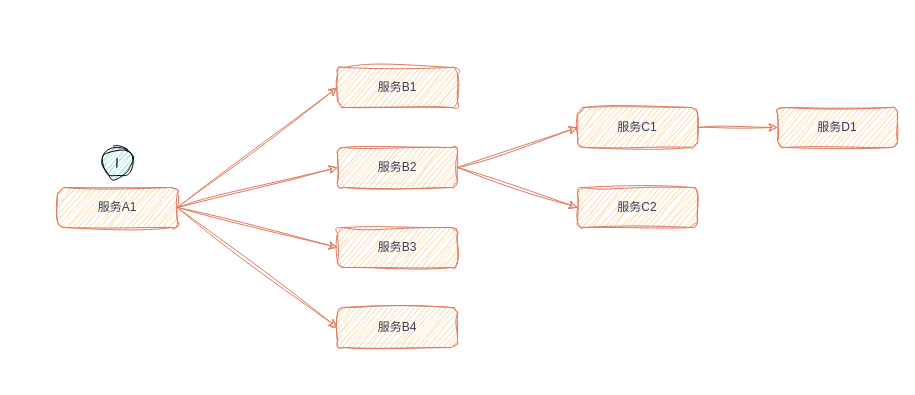
LanSeTianYe/draw keeps this draw.io diagram as architecture/微服务.drawio. Above is the earlier version. Source tidied: cells renumbered, new cells numbered last; positions are measured from the earlier drawing's top-left corner, leaving out a move shared by most shapes. Both pictures are drawn from the tidied source at 100%, with x=0, y=0 at pixel (57, 67).
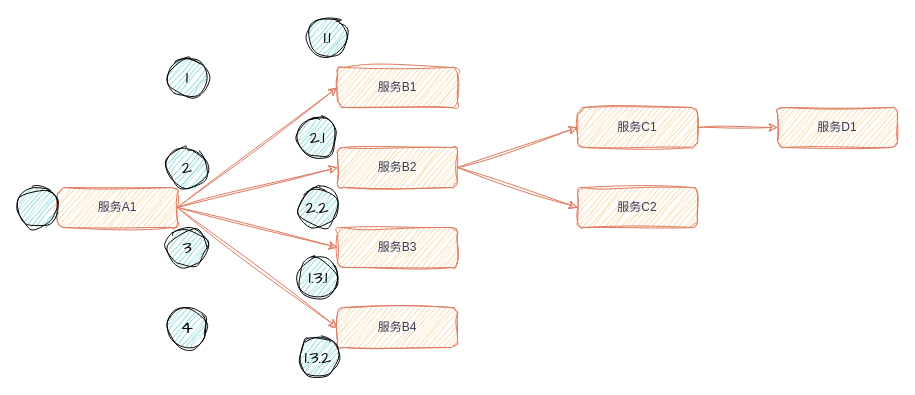
The same diagram, later.

Commit message:
更新微服务.drawio

The edit, as a diff of the source:
```diff
@@
-    <mxCell id="17" value="&lt;font style=&quot;font-size: 18px;&quot;&gt;1&lt;/font&gt;" style="ellipse;whiteSpace=wrap;html=1;sketch=1;hachureGap=4;jiggle=2;curveFitting=1;fontFamily=Architects Daughter;fillColor=#60CCCC;" parent="1" vertex="1">
-      <mxGeometry x="45" y="80" width="30" height="30" as="geometry" />
+    <mxCell id="17" style="ellipse;whiteSpace=wrap;html=1;sketch=1;hachureGap=4;jiggle=2;curveFitting=1;fontFamily=Architects Daughter;fillColor=#60CCCC;" parent="1" vertex="1">
+      <mxGeometry x="-40" y="120" width="40" height="40" as="geometry" />
     </mxCell>
+    <mxCell id="18" value="&lt;font style=&quot;font-size: 18px;&quot;&gt;1&lt;/font&gt;" style="ellipse;whiteSpace=wrap;html=1;sketch=1;hachureGap=4;jiggle=2;curveFitting=1;fontFamily=Architects Daughter;fillColor=#60CCCC;" parent="1" vertex="1">
+      <mxGeometry x="110" y="-10" width="40" height="40" as="geometry" />
+    </mxCell>
+    <mxCell id="19" value="&lt;font style=&quot;font-size: 18px;&quot;&gt;2&lt;/font&gt;" style="ellipse;whiteSpace=wrap;html=1;sketch=1;hachureGap=4;jiggle=2;curveFitting=1;fontFamily=Architects Daughter;fillColor=#60CCCC;" parent="1" vertex="1">
+      <mxGeometry x="110" y="80" width="40" height="40" as="geometry" />
+    </mxCell>
+    <mxCell id="20" value="&lt;font style=&quot;font-size: 18px;&quot;&gt;3&lt;/font&gt;" style="ellipse;whiteSpace=wrap;html=1;sketch=1;hachureGap=4;jiggle=2;curveFitting=1;fontFamily=Architects Daughter;fillColor=#60CCCC;" parent="1" vertex="1">
+      <mxGeometry x="110" y="160" width="40" height="40" as="geometry" />
+    </mxCell>
+    <mxCell id="21" value="&lt;font style=&quot;font-size: 18px;&quot;&gt;4&lt;/font&gt;" style="ellipse;whiteSpace=wrap;html=1;sketch=1;hachureGap=4;jiggle=2;curveFitting=1;fontFamily=Architects Daughter;fillColor=#60CCCC;" parent="1" vertex="1">
+      <mxGeometry x="110" y="240" width="40" height="40" as="geometry" />
+    </mxCell>
+    <mxCell id="22" value="&lt;font style=&quot;font-size: 18px;&quot;&gt;1.1&lt;/font&gt;" style="ellipse;whiteSpace=wrap;html=1;sketch=1;hachureGap=4;jiggle=2;curveFitting=1;fontFamily=Architects Daughter;fillColor=#60CCCC;" parent="1" vertex="1">
+      <mxGeometry x="250" y="-50" width="40" height="40" as="geometry" />
+    </mxCell>
+    <mxCell id="23" value="&lt;font style=&quot;font-size: 18px;&quot;&gt;2.1&lt;/font&gt;" style="ellipse;whiteSpace=wrap;html=1;sketch=1;hachureGap=4;jiggle=2;curveFitting=1;fontFamily=Architects Daughter;fillColor=#60CCCC;" parent="1" vertex="1">
+      <mxGeometry x="240" y="50" width="40" height="40" as="geometry" />
+    </mxCell>
+    <mxCell id="24" value="&lt;font style=&quot;font-size: 18px;&quot;&gt;2.2&lt;/font&gt;" style="ellipse;whiteSpace=wrap;html=1;sketch=1;hachureGap=4;jiggle=2;curveFitting=1;fontFamily=Architects Daughter;fillColor=#60CCCC;" parent="1" vertex="1">
+      <mxGeometry x="240" y="120" width="40" height="40" as="geometry" />
+    </mxCell>
+    <mxCell id="25" value="&lt;font style=&quot;font-size: 18px;&quot;&gt;1.3.1&lt;/font&gt;" style="ellipse;whiteSpace=wrap;html=1;sketch=1;hachureGap=4;jiggle=2;curveFitting=1;fontFamily=Architects Daughter;fillColor=#60CCCC;" parent="1" vertex="1">
+      <mxGeometry x="241" y="190" width="40" height="40" as="geometry" />
+    </mxCell>
+    <mxCell id="26" value="&lt;font style=&quot;font-size: 18px;&quot;&gt;1.3.2&lt;/font&gt;" style="ellipse;whiteSpace=wrap;html=1;sketch=1;hachureGap=4;jiggle=2;curveFitting=1;fontFamily=Architects Daughter;fillColor=#60CCCC;" parent="1" vertex="1">
+      <mxGeometry x="241" y="270" width="40" height="40" as="geometry" />
+    </mxCell>
```
